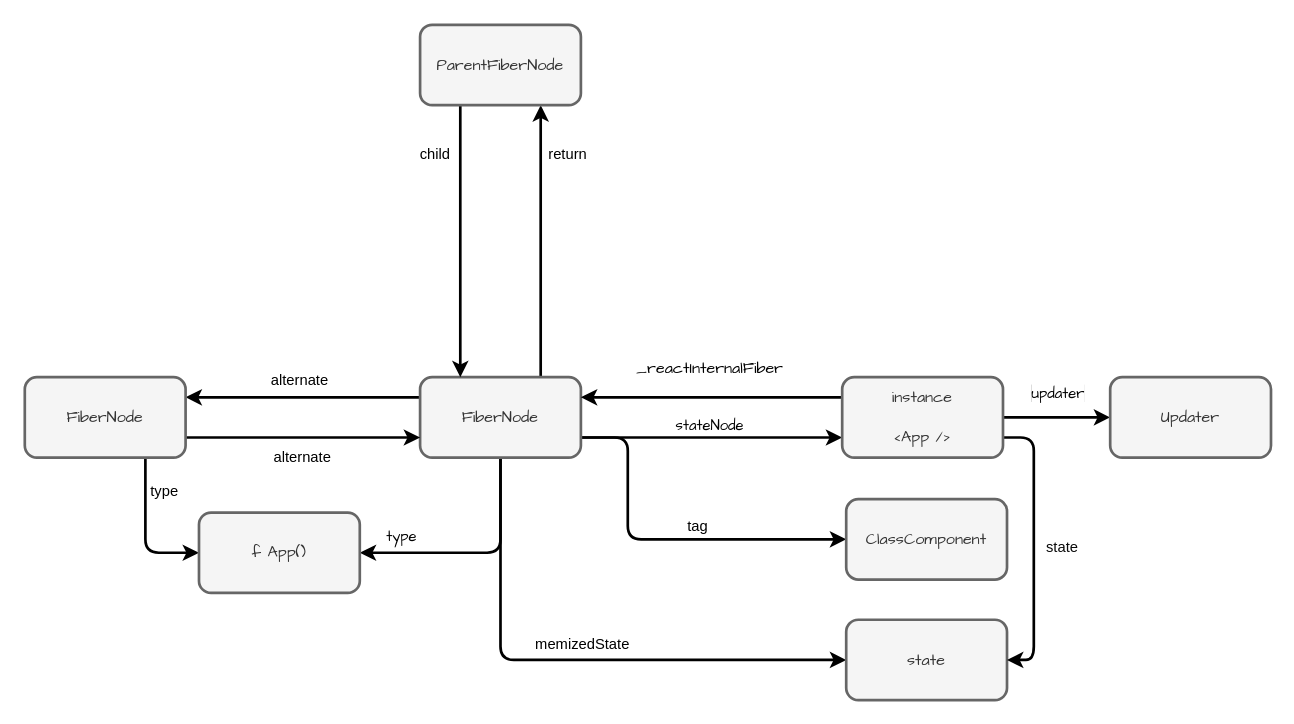
This is page "FiberNode" (2 of 3) of struct.dio from EnjoyNaive/react, a draw.io file, before an edit. Source tidied: cells renumbered, new cells numbered last; positions are measured from the earlier drawing's top-left corner, leaving out a move shared by most shapes. Both pictures are drawn from the tidied source at 134%, with x=0, y=0 at pixel (24, 24).
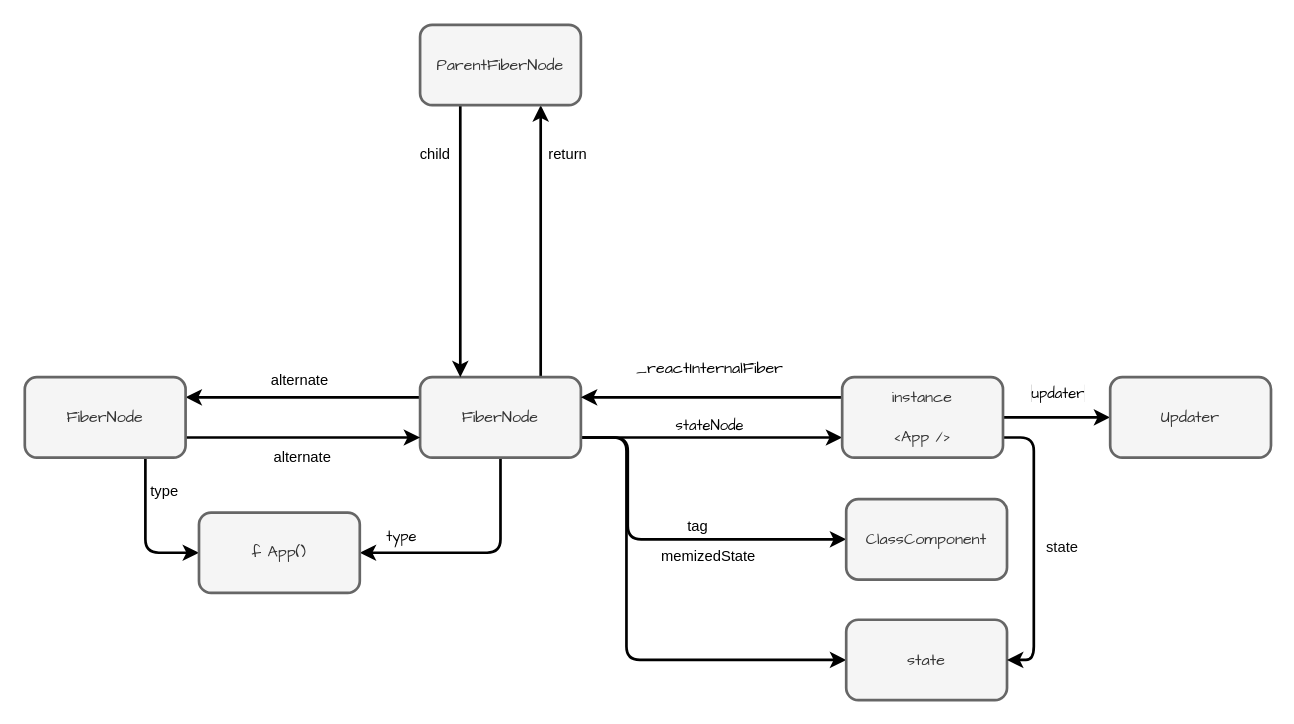
The same diagram, later.

The change refers to these unchanged cells:
```xml
<mxCell id="13" value="&lt;div style=&quot;line-height: 30px&quot;&gt;FiberNode&lt;/div&gt;" style="rounded=1;whiteSpace=wrap;html=1;strokeWidth=2;fillColor=#f5f5f5;strokeColor=#666666;fontColor=#333333;fontFamily=Comic Sans MS;" parent="1" vertex="1">
  <mxGeometry x="295" y="263" width="120" height="60" as="geometry" />
</mxCell>
<mxCell id="18" value="&lt;div style=&quot;line-height: 30px&quot;&gt;state&lt;/div&gt;" style="rounded=1;whiteSpace=wrap;html=1;strokeWidth=2;fillColor=#f5f5f5;strokeColor=#666666;fontColor=#333333;fontFamily=Comic Sans MS;" parent="1" vertex="1">
  <mxGeometry x="613" y="444" width="120" height="60" as="geometry" />
</mxCell>
```

What changed in the source:
```diff
@@
-    <mxCell id="5" style="edgeStyle=orthogonalEdgeStyle;rounded=1;jettySize=auto;html=1;strokeColor=#000000;strokeWidth=2;" parent="1" edge="1" source="13" target="18">
+    <mxCell id="5" style="edgeStyle=orthogonalEdgeStyle;rounded=1;jettySize=auto;html=1;strokeColor=#000000;strokeWidth=2;exitX=1;exitY=0.75;exitDx=0;exitDy=0;" parent="1" edge="1" source="13" target="18">
       <mxGeometry relative="1" as="geometry">
         <Array as="points">
-          <mxPoint x="355" y="474" />
+          <mxPoint x="449" y="308" />
+          <mxPoint x="449" y="474" />
         </Array>
       </mxGeometry>
     </mxCell>
```
